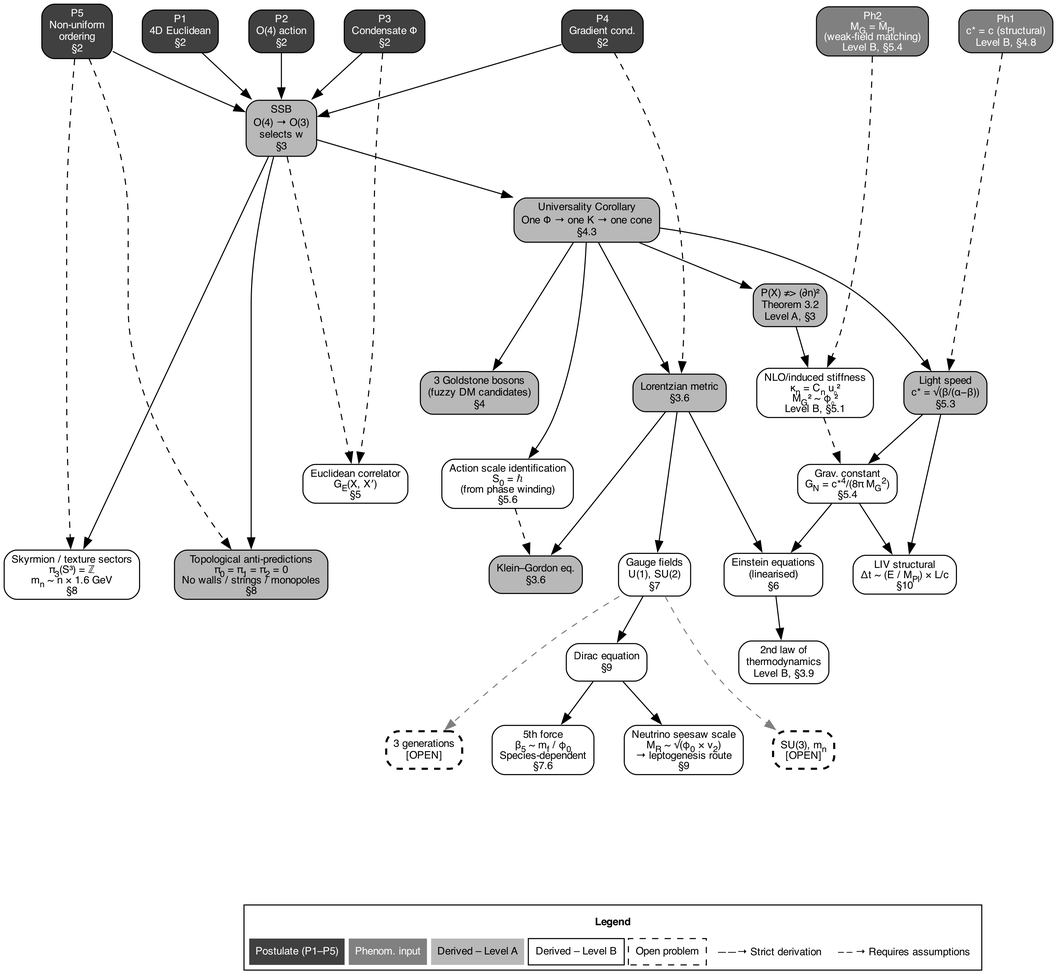
Before: fig_partI_derivation_logic.png, a diagram exported from Graphviz (chufelo/ECT-preprint-code). Its source is kept beside it as fig_partI_derivation_logic.gv.
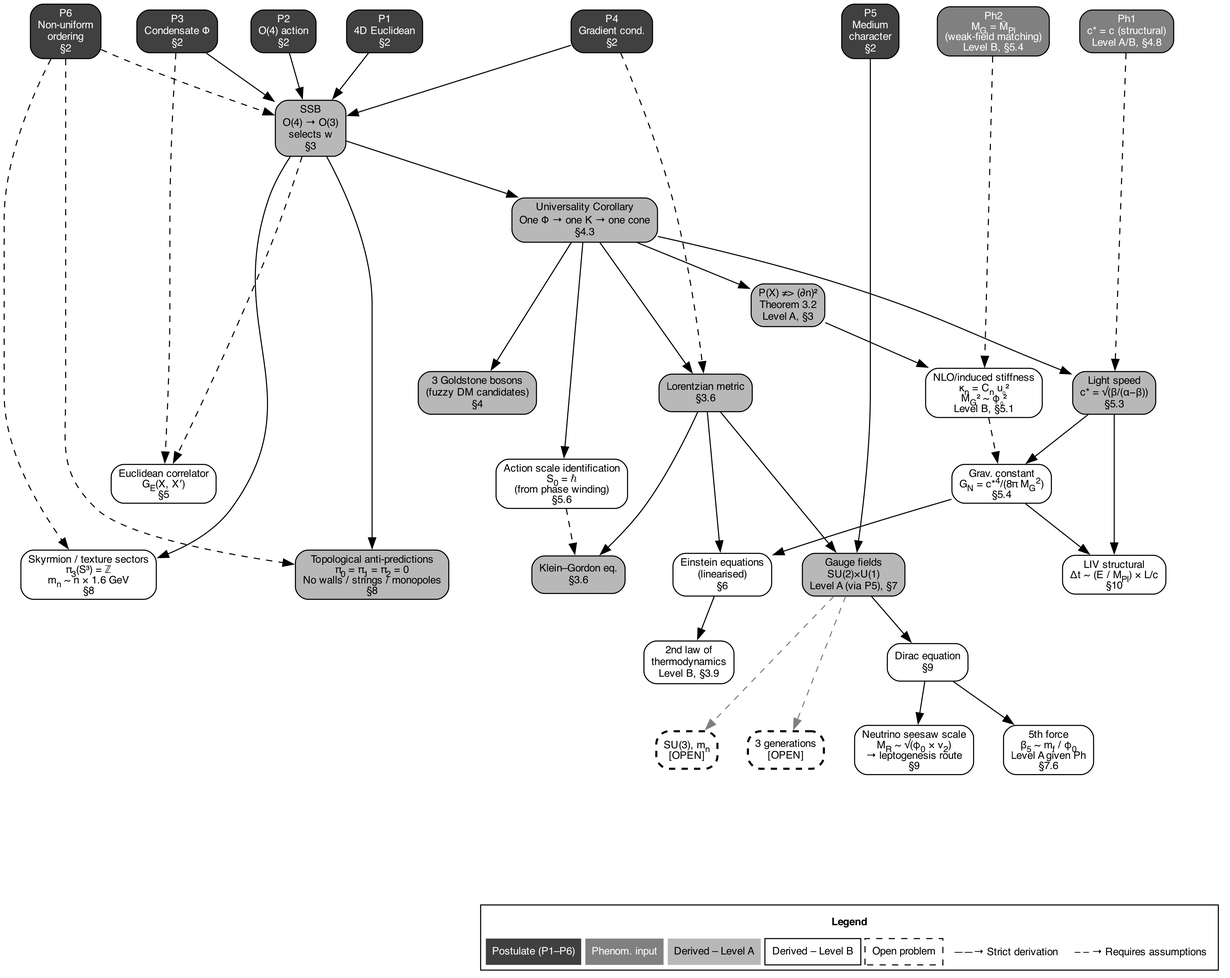
After the commit.

Commit message:
Fix Part I derivation logic figure: 3 critical corrections

The edit, as a diff of the source:
```diff
@@ -14,11 +14,12 @@
   P2 [label=<P2<BR/>O(4) action<BR/>§2>];
   P3 [label=<P3<BR/>Condensate Φ<BR/>§2>];
   P4 [label=<P4<BR/>Gradient cond.<BR/>§2>];
-  P5 [label=<P5<BR/>Non-uniform<BR/>ordering<BR/>§2>];
+  P5 [label=<P5<BR/>Medium<BR/>character<BR/>§2>];
+  P6 [label=<P6<BR/>Non-uniform<BR/>ordering<BR/>§2>];
 
   node [fillcolor="#808080", fontcolor=white];
   Ph2 [label=<Ph2<BR/>M<SUB>G</SUB> = M̄<SUB>Pl</SUB><BR/>(weak-field matching)<BR/>Level B, §5.4>];
-  Ph1 [label=<Ph1<BR/>c* = c (structural)<BR/>Level B, §4.8>];
+  Ph1 [label=<Ph1<BR/>c* = c (structural)<BR/>Level A/B, §4.8>];
 
   node [fillcolor="#b8b8b8", fontcolor=black];
   SSB [label=<SSB<BR/>O(4) → O(3)<BR/>selects w<BR/>§3>];
@@ -29,6 +30,7 @@
   PX [label=<P(X) ≠&gt; (∂n)²<BR/>Theorem 3.2<BR/>Level A, §3>];
   KG [label=<Klein–Gordon eq.<BR/>§3.6>];
   topo_anti [label=<Topological anti-predictions<BR/>π<SUB>0</SUB> = π<SUB>1</SUB> = π<SUB>2</SUB> = 0<BR/>No walls / strings / monopoles<BR/>§8>];
+  gauge [label=<Gauge fields<BR/>SU(2)×U(1)<BR/>Level A (via P5), §7>];
 
   node [fillcolor="#ffffff", fontcolor=black];
   NLO [label=<NLO/induced stiffness<BR/>κ<SUB>n</SUB> = C<SUB>n</SUB> u₀²<BR/>M<SUB>G</SUB>² ~ φ₀²<BR/>Level B, §5.1>];
@@ -36,10 +38,9 @@
   S0 [label=<Action scale identification<BR/>S<SUB>0</SUB> = ℏ<BR/>(from phase winding)<BR/>§5.6>];
   GE [label=<Euclidean correlator<BR/>G<SUB>E</SUB>(X, X′)<BR/>§5>];
   GN [label=<Grav. constant<BR/>G<SUB>N</SUB> = c*<SUP>4</SUP>/(8π M<SUB>G</SUB><SUP>2</SUP>)<BR/>§5.4>];
-  gauge [label=<Gauge fields<BR/>U(1), SU(2)<BR/>§7>];
   dirac [label=<Dirac equation<BR/>§9>];
   einstein [label=<Einstein equations<BR/>(linearised)<BR/>§6>];
-  fifth [label=<5th force<BR/>β<SUB>5</SUB> ~ m<SUB>f</SUB> / φ<SUB>0</SUB><BR/>Species-dependent<BR/>§7.6>];
+  fifth [label=<5th force<BR/>β<SUB>5</SUB> ~ m<SUB>f</SUB> / φ<SUB>0</SUB><BR/>Level A given Ph<BR/>§7.6>];
   skyrmion [label=<Skyrmion / texture sectors<BR/>π<SUB>3</SUB>(S³) = ℤ<BR/>m<SUB>n</SUB> ~ n × 1.6 GeV<BR/>§8>];
   LIV [label=<LIV structural<BR/>Δt ~ (E / M<SUB>Pl</SUB>) × L/c<BR/>§10>];
   seesaw [label=<Neutrino seesaw scale<BR/>M<SUB>R</SUB> ~ √(φ<SUB>0</SUB> × v<SUB>2</SUB>)<BR/>→ leptogenesis route<BR/>§9>];
@@ -48,7 +49,7 @@
   SU3 [label=<SU(3), m<SUB>n</SUB><BR/>[OPEN]>];
   threegen [label=<3 generations<BR/>[OPEN]>];
 
-  {rank=same; P1; P2; P3; P4; P5; Ph1; Ph2}
+  {rank=same; P1; P2; P3; P4; P5; P6; Ph1; Ph2}
   {rank=same; lorentz; goldstone; cstar}
   {rank=same; S0; GE; GN}
   {rank=same; gauge; KG; einstein}
@@ -56,17 +57,20 @@
   {rank=same; SU3; fifth; threegen; seesaw}
   {rank=same; topo_anti; skyrmion; LIV}
 
-  P1 -> SSB; P2 -> SSB; P3 -> SSB; P4 -> SSB; P5 -> SSB;
+  P1 -> SSB; P2 -> SSB; P3 -> SSB; P4 -> SSB;
+  P6 -> SSB [style=dashed];
   SSB -> UC;
   UC -> lorentz; UC -> goldstone; UC -> cstar; UC -> S0;
   UC -> PX;
   PX -> NLO;
   NLO -> GN [style=dashed];
-  lorentz -> KG; lorentz -> gauge; lorentz -> einstein;
+  lorentz -> KG; lorentz -> einstein;
+  P5 -> gauge;
+  lorentz -> gauge;
   cstar -> GN; GN -> einstein;
   SSB -> topo_anti; SSB -> skyrmion;
-  P5 -> topo_anti [style=dashed];
-  P5 -> skyrmion [style=dashed];
+  P6 -> topo_anti [style=dashed];
+  P6 -> skyrmion [style=dashed];
   gauge -> dirac;
   dirac -> fifth; dirac -> seesaw;
   einstein -> second_law;
@@ -99,7 +103,7 @@
         <TD COLSPAN="7"><B>Legend</B></TD>
       </TR>
       <TR>
-        <TD BGCOLOR="#404040"><FONT COLOR="white">Postulate (P1–P5)</FONT></TD>
+        <TD BGCOLOR="#404040"><FONT COLOR="white">Postulate (P1–P6)</FONT></TD>
         <TD BGCOLOR="#808080"><FONT COLOR="white">Phenom. input</FONT></TD>
         <TD BGCOLOR="#b8b8b8">Derived – Level A</TD>
         <TD BGCOLOR="#ffffff" BORDER="1">Derived – Level B</TD>
```
